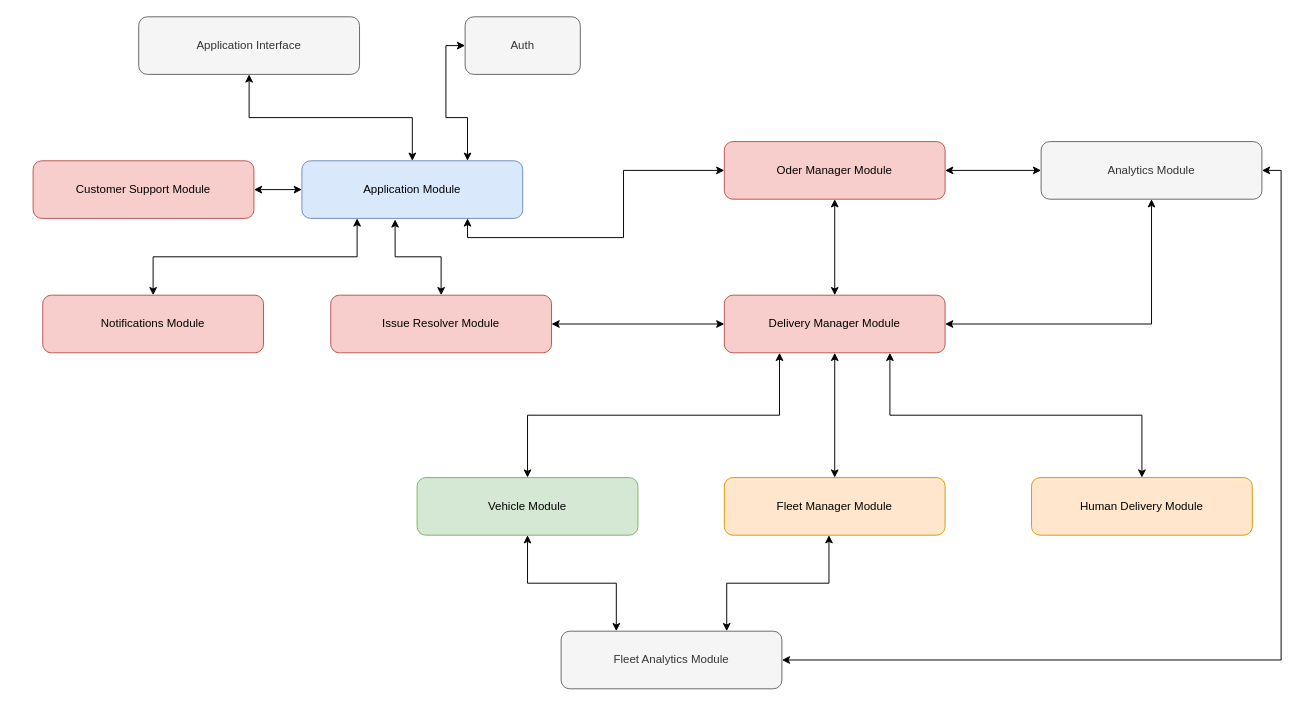
The draw.io diagram ApplicationServices.drawio in EntropyDev/kennect_assesment, before the edit. Source tidied: cells renumbered, new cells numbered last; positions are measured from the earlier drawing's top-left corner, leaving out a move shared by most shapes. Both pictures are drawn from the tidied source at 96%, with x=0, y=0 at pixel (33, 16).
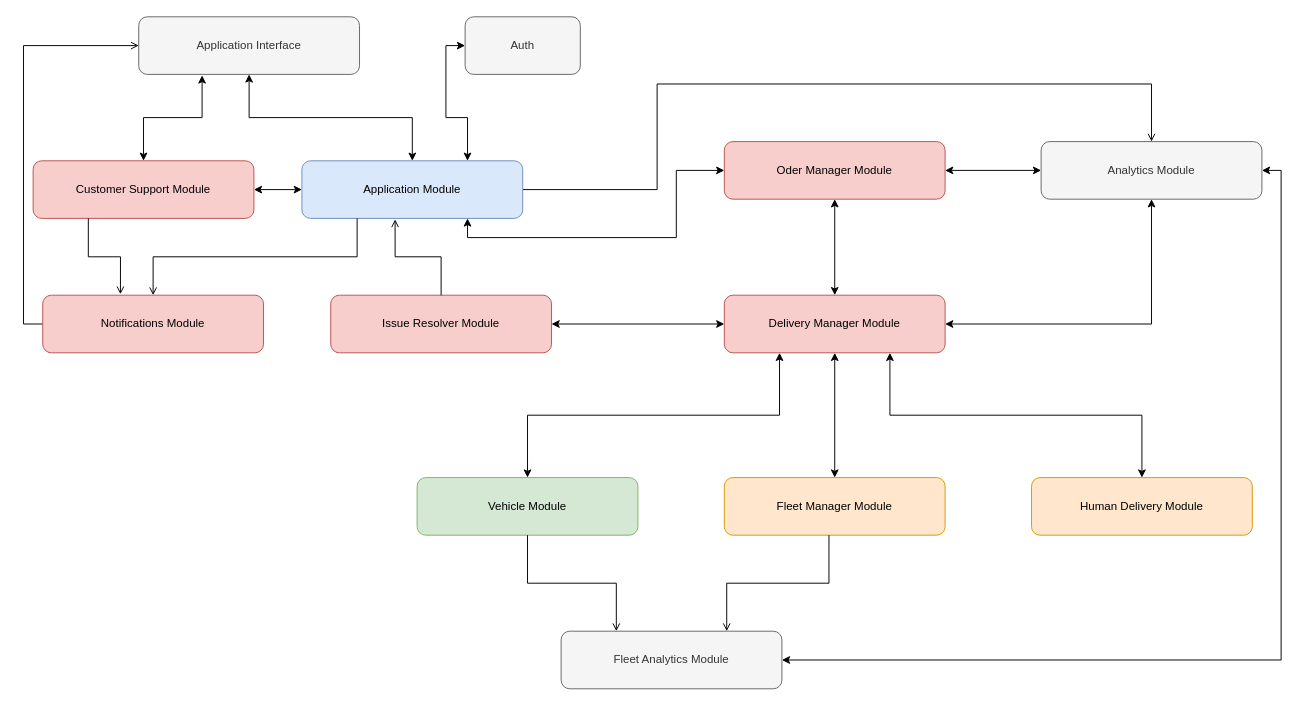
After the change.

The change refers to these unchanged cells:
```xml
<mxCell id="8" value="Application Module" style="rounded=1;whiteSpace=wrap;html=1;fillColor=#dae8fc;strokeColor=#6c8ebf;" parent="1" vertex="1">
  <mxGeometry x="280" y="150" width="230" height="60" as="geometry" />
</mxCell>
<mxCell id="11" value="Oder Manager Module" style="rounded=1;whiteSpace=wrap;html=1;fillColor=#f8cecc;strokeColor=#b85450;" parent="1" vertex="1">
  <mxGeometry x="720" y="130" width="230" height="60" as="geometry" />
</mxCell>
<mxCell id="12" value="Fleet Manager Module" style="rounded=1;whiteSpace=wrap;html=1;fillColor=#ffe6cc;strokeColor=#d79b00;" parent="1" vertex="1">
  <mxGeometry x="720" y="480" width="230" height="60" as="geometry" />
</mxCell>
<mxCell id="14" value="Vehicle Module" style="rounded=1;whiteSpace=wrap;html=1;fillColor=#d5e8d4;strokeColor=#82b366;" parent="1" vertex="1">
  <mxGeometry x="400" y="480" width="230" height="60" as="geometry" />
</mxCell>
<mxCell id="17" value="Fleet Analytics Module" style="rounded=1;whiteSpace=wrap;html=1;fillColor=#f5f5f5;fontColor=#333333;strokeColor=#666666;" parent="1" vertex="1">
  <mxGeometry x="550" y="640" width="230" height="60" as="geometry" />
</mxCell>
<mxCell id="20" value="Issue Resolver Module" style="rounded=1;whiteSpace=wrap;html=1;fillColor=#f8cecc;strokeColor=#b85450;" parent="1" vertex="1">
  <mxGeometry x="310" y="290" width="230" height="60" as="geometry" />
</mxCell>
<mxCell id="22" value="Notifications Module" style="rounded=1;whiteSpace=wrap;html=1;fillColor=#f8cecc;strokeColor=#b85450;" parent="1" vertex="1">
  <mxGeometry x="10" y="290" width="230" height="60" as="geometry" />
</mxCell>
<mxCell id="25" value="Application Interface" style="rounded=1;whiteSpace=wrap;html=1;fillColor=#f5f5f5;fontColor=#333333;strokeColor=#666666;" parent="1" vertex="1">
  <mxGeometry x="110" width="230" height="60" as="geometry" />
</mxCell>
<mxCell id="27" value="Customer Support Module" style="rounded=1;whiteSpace=wrap;html=1;fillColor=#f8cecc;strokeColor=#b85450;" parent="1" vertex="1">
  <mxGeometry y="150" width="230" height="60" as="geometry" />
</mxCell>
<mxCell id="30" value="Analytics Module" style="rounded=1;whiteSpace=wrap;html=1;fillColor=#f5f5f5;fontColor=#333333;strokeColor=#666666;" parent="1" vertex="1">
  <mxGeometry x="1050" y="130" width="230" height="60" as="geometry" />
</mxCell>
```

Diff of the diagram source:
```diff
@@
     <mxCell id="7" style="edgeStyle=orthogonalEdgeStyle;rounded=0;jettySize=auto;html=1;exitX=0.75;exitY=1;exitDx=0;exitDy=0;entryX=0;entryY=0.5;entryDx=0;entryDy=0;startArrow=classic;startFill=1;" parent="1" edge="1" source="8" target="11">
-      <mxGeometry relative="1" as="geometry" />
+      <mxGeometry relative="1" as="geometry">
+        <Array as="points">
+          <mxPoint x="453" y="230" />
+          <mxPoint x="670" y="230" />
+          <mxPoint x="670" y="160" />
+        </Array>
+      </mxGeometry>
     </mxCell>
+    <mxCell id="31" style="edgeStyle=orthogonalEdgeStyle;rounded=0;jettySize=auto;html=1;exitX=1;exitY=0.5;exitDx=0;exitDy=0;entryX=0.5;entryY=0;entryDx=0;entryDy=0;endArrow=open;endFill=0;" parent="1" edge="1" source="8" target="30">
+      <mxGeometry relative="1" as="geometry">
+        <Array as="points">
+          <mxPoint x="650" y="180" />
+          <mxPoint x="650" y="70" />
+          <mxPoint x="1165" y="70" />
+        </Array>
+      </mxGeometry>
+    </mxCell>
@@
-    <mxCell id="15" style="edgeStyle=orthogonalEdgeStyle;rounded=0;jettySize=auto;html=1;exitX=0.25;exitY=0;exitDx=0;exitDy=0;entryX=0.5;entryY=1;entryDx=0;entryDy=0;startArrow=classic;startFill=1;" parent="1" edge="1" source="17" target="14">
+    <mxCell id="15" style="edgeStyle=orthogonalEdgeStyle;rounded=0;jettySize=auto;html=1;exitX=0.25;exitY=0;exitDx=0;exitDy=0;entryX=0.5;entryY=1;entryDx=0;entryDy=0;startArrow=open;startFill=0;endArrow=none;endFill=0;" parent="1" edge="1" source="17" target="14">
       <mxGeometry relative="1" as="geometry" />
     </mxCell>
@@
-    <mxCell id="18" style="edgeStyle=orthogonalEdgeStyle;rounded=0;jettySize=auto;html=1;exitX=0.75;exitY=0;exitDx=0;exitDy=0;entryX=0.474;entryY=1;entryDx=0;entryDy=0;entryPerimeter=0;startArrow=classic;startFill=1;" parent="1" edge="1" source="17" target="12">
+    <mxCell id="18" style="edgeStyle=orthogonalEdgeStyle;rounded=0;jettySize=auto;html=1;exitX=0.75;exitY=0;exitDx=0;exitDy=0;entryX=0.474;entryY=1;entryDx=0;entryDy=0;entryPerimeter=0;startArrow=open;startFill=0;endArrow=none;endFill=0;" parent="1" edge="1" source="17" target="12">
       <mxGeometry relative="1" as="geometry" />
     </mxCell>
@@
-    <mxCell id="21" style="edgeStyle=orthogonalEdgeStyle;rounded=0;jettySize=auto;html=1;exitX=0.5;exitY=0;exitDx=0;exitDy=0;entryX=0.25;entryY=1;entryDx=0;entryDy=0;startArrow=classic;startFill=1;" parent="1" edge="1" source="22" target="8">
+    <mxCell id="21" style="edgeStyle=orthogonalEdgeStyle;rounded=0;jettySize=auto;html=1;exitX=0.5;exitY=0;exitDx=0;exitDy=0;entryX=0.25;entryY=1;entryDx=0;entryDy=0;startArrow=open;startFill=0;endArrow=none;endFill=0;" parent="1" edge="1" source="22" target="8">
       <mxGeometry relative="1" as="geometry" />
     </mxCell>
+    <mxCell id="32" style="edgeStyle=orthogonalEdgeStyle;rounded=0;jettySize=auto;html=1;exitX=0;exitY=0.5;exitDx=0;exitDy=0;entryX=0;entryY=0.5;entryDx=0;entryDy=0;endArrow=open;endFill=0;" parent="1" edge="1" source="22" target="25">
+      <mxGeometry relative="1" as="geometry" />
+    </mxCell>
@@
-    <mxCell id="23" style="edgeStyle=orthogonalEdgeStyle;rounded=0;jettySize=auto;html=1;exitX=0.5;exitY=0;exitDx=0;exitDy=0;entryX=0.422;entryY=1.017;entryDx=0;entryDy=0;entryPerimeter=0;startArrow=classic;startFill=1;" parent="1" edge="1" source="20" target="8">
+    <mxCell id="23" style="edgeStyle=orthogonalEdgeStyle;rounded=0;jettySize=auto;html=1;exitX=0.5;exitY=0;exitDx=0;exitDy=0;entryX=0.422;entryY=1.017;entryDx=0;entryDy=0;entryPerimeter=0;startArrow=none;startFill=0;endArrow=open;endFill=0;" parent="1" edge="1" source="20" target="8">
       <mxGeometry relative="1" as="geometry" />
     </mxCell>
@@
+    <mxCell id="33" style="edgeStyle=orthogonalEdgeStyle;rounded=0;jettySize=auto;html=1;exitX=0.5;exitY=0;exitDx=0;exitDy=0;entryX=0.287;entryY=1.017;entryDx=0;entryDy=0;entryPerimeter=0;startArrow=classic;startFill=1;" parent="1" edge="1" source="27" target="25">
+      <mxGeometry relative="1" as="geometry" />
+    </mxCell>
+    <mxCell id="34" style="edgeStyle=orthogonalEdgeStyle;rounded=0;jettySize=auto;html=1;exitX=0.25;exitY=1;exitDx=0;exitDy=0;entryX=0.352;entryY=-0.017;entryDx=0;entryDy=0;entryPerimeter=0;endArrow=open;endFill=0;" parent="1" edge="1" source="27" target="22">
+      <mxGeometry relative="1" as="geometry" />
+    </mxCell>
```
